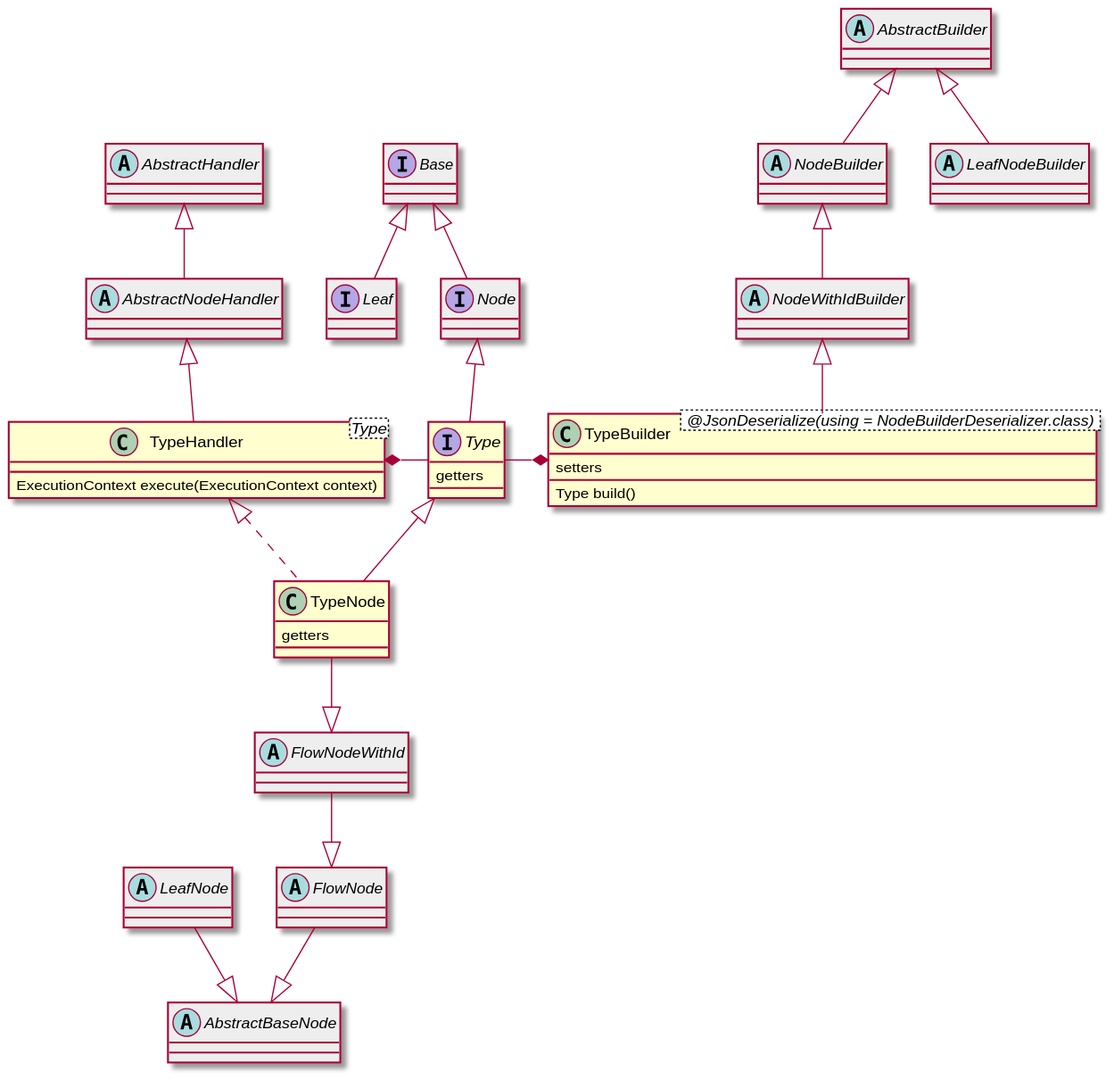
The PlantUML diagram docs/diagrams/builder-class-diagram.svg in descoped/data-collector-documentation, before a commit.
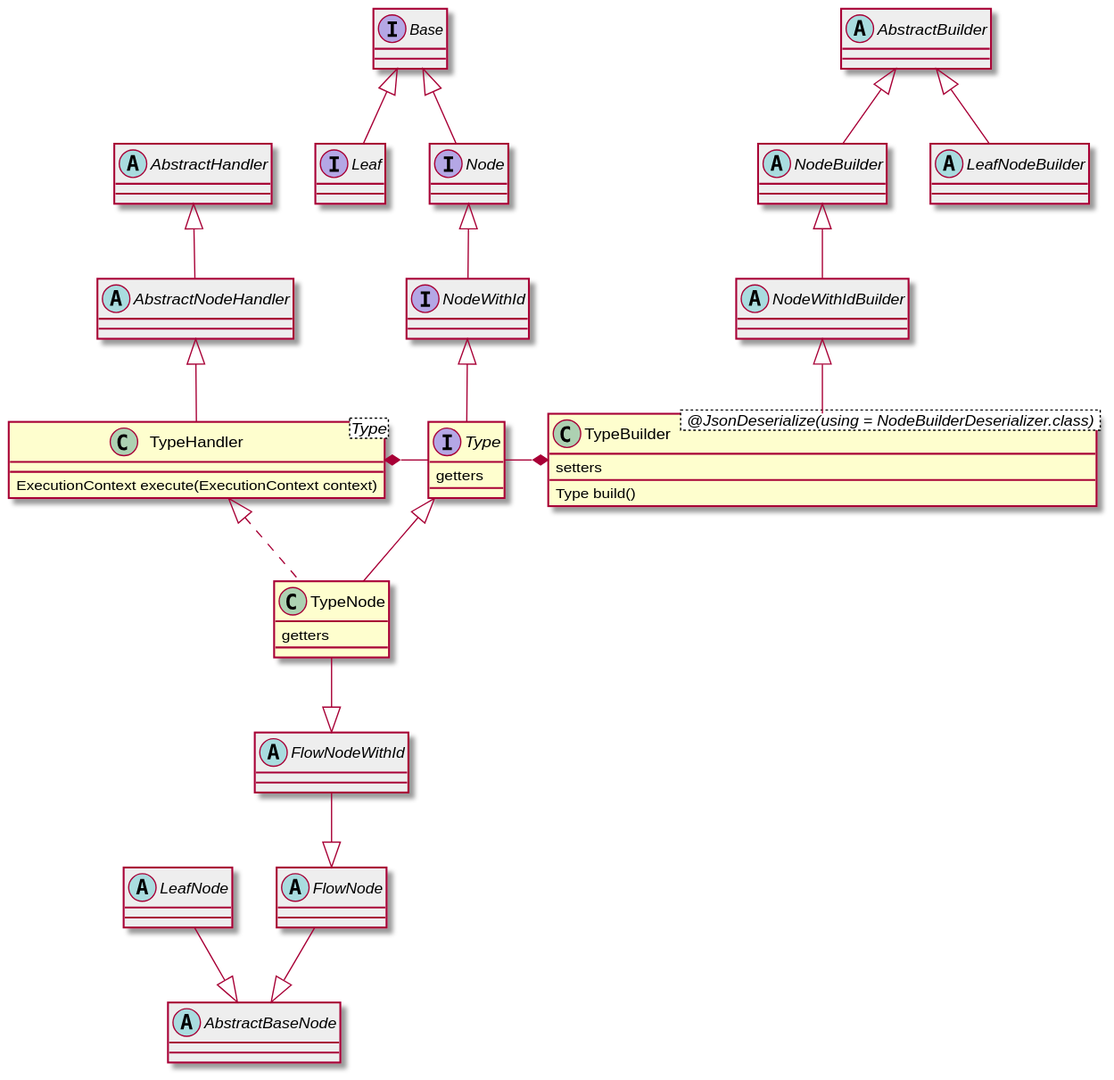
Later version of the same file.

Commit message:
Http Builder class diagram

The edit, as a diff of the source:
```diff
@@ -6,13 +6,16 @@
 }
 interface Node #EEE {
 }
+interface NodeWithId #EEE {
+}
 interface Type {
     getters
 }
 
 Base <|-down- Leaf
 Base <|-down- Node
-Node <|-down- Type
+Node <|-down- NodeWithId
+NodeWithId <|-down- Type
 Type <|-- TypeNode
 
 abstract class AbstractBaseNode #EEE
```
